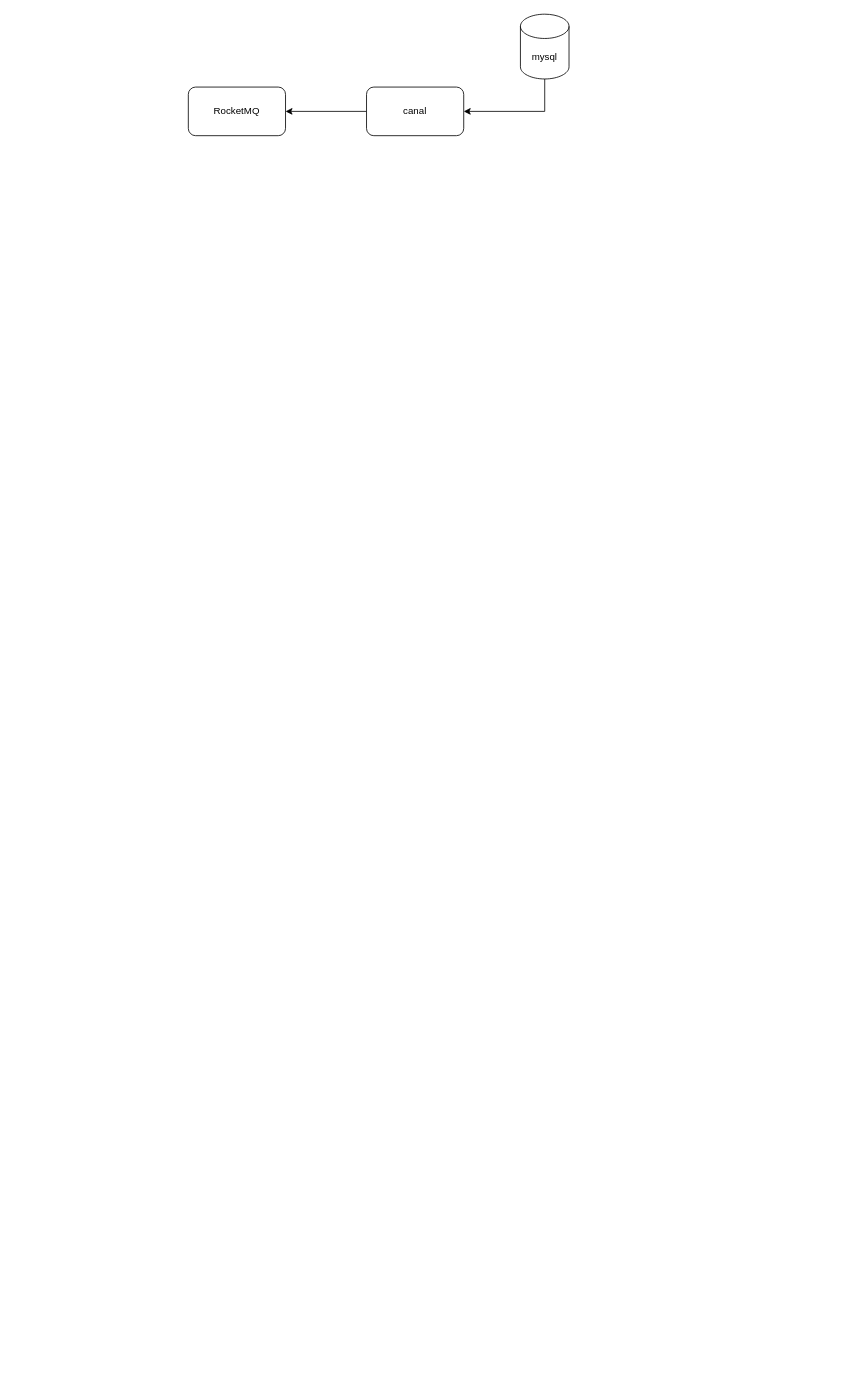
Before: canal/binLog processor diagram.drawio in fufengchang/draw-diagrams, a draw.io diagram. Source tidied: cells renumbered, new cells numbered last; positions are measured from the earlier drawing's top-left corner, leaving out a move shared by most shapes. Both pictures are drawn from the tidied source at 81%, with x=0, y=0 at pixel (188, 14).
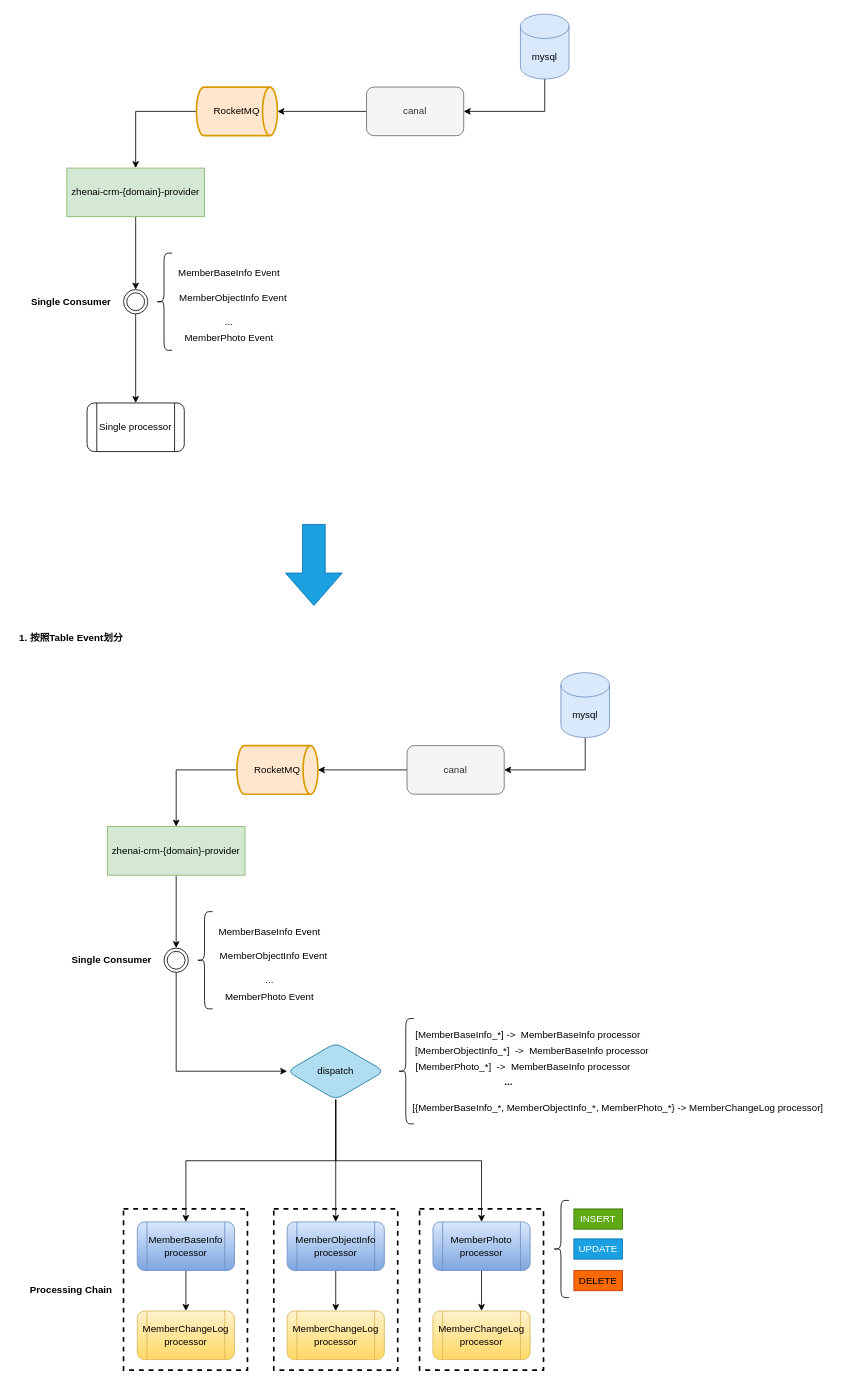
After the change.

What changed in the source:
```diff
@@
+    <mxCell id="7" style="rounded=0;whiteSpace=wrap;html=1;fontFamily=Helvetica;fontSize=12;fontColor=default;strokeColor=default;fillColor=default;strokeWidth=2;dashed=1;" parent="1" vertex="1">
+      <mxGeometry x="285.5" y="1475" width="153" height="199" as="geometry" />
+    </mxCell>
+    <mxCell id="8" style="rounded=0;whiteSpace=wrap;html=1;fontFamily=Helvetica;fontSize=12;fontColor=default;strokeColor=default;fillColor=default;strokeWidth=2;dashed=1;" parent="1" vertex="1">
+      <mxGeometry x="105.5" y="1475" width="153" height="199" as="geometry" />
+    </mxCell>
+    <mxCell id="9" style="rounded=0;whiteSpace=wrap;html=1;fontFamily=Helvetica;fontSize=12;fontColor=default;strokeColor=default;fillColor=default;strokeWidth=2;dashed=1;" parent="1" vertex="1">
+      <mxGeometry x="-80" y="1475" width="153" height="199" as="geometry" />
+    </mxCell>
-    <mxCell id="2" style="edgeStyle=orthogonalEdgeStyle;rounded=0;jettySize=auto;html=1;exitX=0;exitY=0.5;exitDx=0;exitDy=0;entryX=1;entryY=0.5;entryDx=0;entryDy=0;" parent="1" edge="1" source="3" target="6">
+    <mxCell id="2" style="edgeStyle=orthogonalEdgeStyle;rounded=0;jettySize=auto;html=1;exitX=0;exitY=0.5;exitDx=0;exitDy=0;entryX=1;entryY=0.5;entryDx=0;entryDy=0;entryPerimeter=0;" parent="1" edge="1" source="3" target="13">
       <mxGeometry relative="1" as="geometry" />
     </mxCell>
-    <mxCell id="3" value="canal" style="rounded=1;whiteSpace=wrap;html=1;" parent="1" vertex="1">
+    <mxCell id="3" value="canal" style="rounded=1;whiteSpace=wrap;html=1;fillColor=#f5f5f5;fontColor=#333333;strokeColor=#666666;" parent="1" vertex="1">
       <mxGeometry x="220" y="90" width="120" height="60" as="geometry" />
     </mxCell>
@@
-    <mxCell id="5" value="mysql" style="shape=cylinder3;whiteSpace=wrap;html=1;boundedLbl=1;backgroundOutline=1;size=15;" parent="1" vertex="1">
+    <mxCell id="5" value="mysql" style="shape=cylinder3;whiteSpace=wrap;html=1;boundedLbl=1;backgroundOutline=1;size=15;fillColor=#dae8fc;strokeColor=#6c8ebf;" parent="1" vertex="1">
       <mxGeometry x="410" width="60" height="80" as="geometry" />
     </mxCell>
-    <mxCell id="6" value="RocketMQ" style="rounded=1;whiteSpace=wrap;html=1;" parent="1" vertex="1">
-      <mxGeometry y="90" width="120" height="60" as="geometry" />
-    </mxCell>
+    <mxCell id="10" style="edgeStyle=orthogonalEdgeStyle;rounded=0;jettySize=auto;html=1;entryX=0.5;entryY=0;entryDx=0;entryDy=0;fontFamily=Helvetica;fontSize=12;fontColor=default;exitX=0;exitY=0.5;exitDx=0;exitDy=0;exitPerimeter=0;" parent="1" edge="1" source="13" target="12">
+      <mxGeometry relative="1" as="geometry" />
+    </mxCell>
+    <mxCell id="11" style="edgeStyle=orthogonalEdgeStyle;rounded=0;jettySize=auto;html=1;exitX=0.5;exitY=1;exitDx=0;exitDy=0;fontFamily=Helvetica;fontSize=12;fontColor=default;" parent="1" edge="1" source="12" target="15">
+      <mxGeometry relative="1" as="geometry" />
+    </mxCell>
+    <mxCell id="12" value="zhenai-crm-{domain}-provider" style="rounded=0;whiteSpace=wrap;html=1;fontFamily=Helvetica;fontSize=12;strokeColor=#82b366;fillColor=#d5e8d4;" parent="1" vertex="1">
+      <mxGeometry x="-150" y="190" width="170" height="60" as="geometry" />
+    </mxCell>
+    <mxCell id="13" value="&lt;span&gt;RocketMQ&lt;/span&gt;" style="strokeWidth=2;html=1;shape=mxgraph.flowchart.direct_data;whiteSpace=wrap;rounded=1;fontFamily=Helvetica;fontSize=12;fillColor=#ffe6cc;strokeColor=#d79b00;" parent="1" vertex="1">
+      <mxGeometry x="10" y="90" width="100" height="60" as="geometry" />
+    </mxCell>
+    <mxCell id="14" style="edgeStyle=orthogonalEdgeStyle;rounded=0;jettySize=auto;html=1;exitX=0.5;exitY=1;exitDx=0;exitDy=0;entryX=0.5;entryY=0;entryDx=0;entryDy=0;fontFamily=Helvetica;fontSize=12;fontColor=default;" parent="1" edge="1" source="15" target="17">
+      <mxGeometry relative="1" as="geometry" />
+    </mxCell>
+    <mxCell id="15" style="ellipse;shape=doubleEllipse;whiteSpace=wrap;html=1;rounded=1;fontFamily=Helvetica;fontSize=12;fontColor=default;strokeColor=default;fillColor=default;" parent="1" vertex="1">
+      <mxGeometry x="-80" y="340" width="30" height="30" as="geometry" />
+    </mxCell>
+    <mxCell id="16" style="shape=curlyBracket;whiteSpace=wrap;html=1;rounded=1;fontFamily=Helvetica;fontSize=12;fontColor=default;strokeColor=default;fillColor=default;" parent="1" vertex="1">
+      <mxGeometry x="-40" y="295" width="20" height="120" as="geometry" />
+    </mxCell>
+    <mxCell id="17" value="Single processor" style="shape=process;whiteSpace=wrap;html=1;backgroundOutline=1;rounded=1;fontFamily=Helvetica;fontSize=12;fontColor=default;strokeColor=default;fillColor=default;" parent="1" vertex="1">
+      <mxGeometry x="-125" y="480" width="120" height="60" as="geometry" />
+    </mxCell>
+    <mxCell id="18" value="MemberBaseInfo Event" style="text;html=1;align=center;verticalAlign=middle;strokeColor=none;fillColor=none;fontSize=12;fontFamily=Helvetica;fontColor=default;" parent="1" vertex="1">
+      <mxGeometry x="-20" y="310" width="140" height="20" as="geometry" />
+    </mxCell>
+    <mxCell id="19" value="MemberObjectInfo Event" style="text;html=1;align=center;verticalAlign=middle;strokeColor=none;fillColor=none;fontSize=12;fontFamily=Helvetica;fontColor=default;" parent="1" vertex="1">
+      <mxGeometry x="-20" y="340" width="150" height="20" as="geometry" />
+    </mxCell>
+    <mxCell id="20" value="..." style="text;html=1;align=center;verticalAlign=middle;strokeColor=none;fillColor=none;fontSize=12;fontFamily=Helvetica;fontColor=default;" parent="1" vertex="1">
+      <mxGeometry x="35" y="370" width="30" height="20" as="geometry" />
+    </mxCell>
+    <mxCell id="21" value="MemberPhoto Event" style="text;html=1;align=center;verticalAlign=middle;strokeColor=none;fillColor=none;fontSize=12;fontFamily=Helvetica;fontColor=default;" parent="1" vertex="1">
+      <mxGeometry x="-10" y="390" width="120" height="20" as="geometry" />
+    </mxCell>
+    <mxCell id="22" value="&lt;b&gt;Single Consumer&lt;/b&gt;" style="text;html=1;align=center;verticalAlign=middle;strokeColor=none;fillColor=none;fontSize=12;fontFamily=Helvetica;fontColor=default;" parent="1" vertex="1">
+      <mxGeometry x="-200" y="345" width="110" height="20" as="geometry" />
+    </mxCell>
+    <mxCell id="23" style="edgeStyle=orthogonalEdgeStyle;rounded=0;jettySize=auto;html=1;exitX=0;exitY=0.5;exitDx=0;exitDy=0;entryX=1;entryY=0.5;entryDx=0;entryDy=0;entryPerimeter=0;" parent="1" edge="1" source="24" target="30">
+      <mxGeometry relative="1" as="geometry" />
+    </mxCell>
+    <mxCell id="24" value="canal" style="rounded=1;whiteSpace=wrap;html=1;fillColor=#f5f5f5;fontColor=#333333;strokeColor=#666666;" parent="1" vertex="1">
+      <mxGeometry x="270" y="903" width="120" height="60" as="geometry" />
+    </mxCell>
+    <mxCell id="25" style="edgeStyle=orthogonalEdgeStyle;rounded=0;jettySize=auto;html=1;exitX=0.5;exitY=1;exitDx=0;exitDy=0;exitPerimeter=0;entryX=1;entryY=0.5;entryDx=0;entryDy=0;" parent="1" edge="1" source="26" target="24">
+      <mxGeometry relative="1" as="geometry" />
+    </mxCell>
+    <mxCell id="26" value="mysql" style="shape=cylinder3;whiteSpace=wrap;html=1;boundedLbl=1;backgroundOutline=1;size=15;fillColor=#dae8fc;strokeColor=#6c8ebf;" parent="1" vertex="1">
+      <mxGeometry x="460" y="813" width="60" height="80" as="geometry" />
+    </mxCell>
+    <mxCell id="27" style="edgeStyle=orthogonalEdgeStyle;rounded=0;jettySize=auto;html=1;entryX=0.5;entryY=0;entryDx=0;entryDy=0;fontFamily=Helvetica;fontSize=12;fontColor=default;exitX=0;exitY=0.5;exitDx=0;exitDy=0;exitPerimeter=0;" parent="1" edge="1" source="30" target="29">
+      <mxGeometry relative="1" as="geometry" />
+    </mxCell>
+    <mxCell id="28" style="edgeStyle=orthogonalEdgeStyle;rounded=0;jettySize=auto;html=1;exitX=0.5;exitY=1;exitDx=0;exitDy=0;fontFamily=Helvetica;fontSize=12;fontColor=default;" parent="1" edge="1" source="29" target="32">
+      <mxGeometry relative="1" as="geometry" />
+    </mxCell>
+    <mxCell id="29" value="zhenai-crm-{domain}-provider" style="rounded=0;whiteSpace=wrap;html=1;fontFamily=Helvetica;fontSize=12;strokeColor=#82b366;fillColor=#d5e8d4;" parent="1" vertex="1">
+      <mxGeometry x="-100" y="1003" width="170" height="60" as="geometry" />
+    </mxCell>
+    <mxCell id="30" value="&lt;span&gt;RocketMQ&lt;/span&gt;" style="strokeWidth=2;html=1;shape=mxgraph.flowchart.direct_data;whiteSpace=wrap;rounded=1;fontFamily=Helvetica;fontSize=12;fillColor=#ffe6cc;strokeColor=#d79b00;" parent="1" vertex="1">
+      <mxGeometry x="60" y="903" width="100" height="60" as="geometry" />
+    </mxCell>
+    <mxCell id="31" style="edgeStyle=orthogonalEdgeStyle;rounded=0;jettySize=auto;html=1;exitX=0.5;exitY=1;exitDx=0;exitDy=0;fontFamily=Helvetica;fontSize=12;fontColor=default;entryX=0;entryY=0.5;entryDx=0;entryDy=0;" parent="1" edge="1" source="32" target="53">
+      <mxGeometry relative="1" as="geometry" />
+    </mxCell>
+    <mxCell id="32" style="ellipse;shape=doubleEllipse;whiteSpace=wrap;html=1;rounded=1;fontFamily=Helvetica;fontSize=12;fontColor=default;strokeColor=default;fillColor=default;" parent="1" vertex="1">
+      <mxGeometry x="-30" y="1153" width="30" height="30" as="geometry" />
+    </mxCell>
+    <mxCell id="33" style="shape=curlyBracket;whiteSpace=wrap;html=1;rounded=1;fontFamily=Helvetica;fontSize=12;fontColor=default;strokeColor=default;fillColor=default;" parent="1" vertex="1">
+      <mxGeometry x="10" y="1108" width="20" height="120" as="geometry" />
+    </mxCell>
+    <mxCell id="34" style="edgeStyle=orthogonalEdgeStyle;rounded=0;jettySize=auto;html=1;exitX=0.5;exitY=1;exitDx=0;exitDy=0;entryX=0.5;entryY=0;entryDx=0;entryDy=0;fontFamily=Helvetica;fontSize=12;fontColor=default;" parent="1" edge="1" source="35" target="47">
+      <mxGeometry relative="1" as="geometry" />
+    </mxCell>
+    <mxCell id="35" value="MemberBaseInfo&lt;br&gt;processor" style="shape=process;whiteSpace=wrap;html=1;backgroundOutline=1;rounded=1;fontFamily=Helvetica;fontSize=12;strokeColor=#6c8ebf;fillColor=#dae8fc;gradientColor=#7ea6e0;" parent="1" vertex="1">
+      <mxGeometry x="-63" y="1491" width="120" height="60" as="geometry" />
+    </mxCell>
+    <mxCell id="36" value="MemberBaseInfo Event" style="text;html=1;align=center;verticalAlign=middle;strokeColor=none;fillColor=none;fontSize=12;fontFamily=Helvetica;fontColor=default;" parent="1" vertex="1">
+      <mxGeometry x="30" y="1123" width="140" height="20" as="geometry" />
+    </mxCell>
+    <mxCell id="37" value="MemberObjectInfo Event" style="text;html=1;align=center;verticalAlign=middle;strokeColor=none;fillColor=none;fontSize=12;fontFamily=Helvetica;fontColor=default;" parent="1" vertex="1">
+      <mxGeometry x="30" y="1153" width="150" height="20" as="geometry" />
+    </mxCell>
+    <mxCell id="38" value="..." style="text;html=1;align=center;verticalAlign=middle;strokeColor=none;fillColor=none;fontSize=12;fontFamily=Helvetica;fontColor=default;" parent="1" vertex="1">
+      <mxGeometry x="85" y="1183" width="30" height="20" as="geometry" />
+    </mxCell>
+    <mxCell id="39" value="MemberPhoto Event" style="text;html=1;align=center;verticalAlign=middle;strokeColor=none;fillColor=none;fontSize=12;fontFamily=Helvetica;fontColor=default;" parent="1" vertex="1">
+      <mxGeometry x="40" y="1203" width="120" height="20" as="geometry" />
+    </mxCell>
+    <mxCell id="40" value="&lt;b&gt;Single Consumer&lt;/b&gt;" style="text;html=1;align=center;verticalAlign=middle;strokeColor=none;fillColor=none;fontSize=12;fontFamily=Helvetica;fontColor=default;" parent="1" vertex="1">
+      <mxGeometry x="-150" y="1158" width="110" height="20" as="geometry" />
+    </mxCell>
+    <mxCell id="41" style="html=1;shadow=0;dashed=0;align=center;verticalAlign=middle;shape=mxgraph.arrows2.arrow;dy=0.6;dx=40;direction=south;notch=0;rounded=1;fontFamily=Helvetica;fontSize=12;fontColor=#ffffff;strokeColor=#006EAF;fillColor=#1ba1e2;" parent="1" vertex="1">
+      <mxGeometry x="120" y="630" width="70" height="100" as="geometry" />
+    </mxCell>
+    <mxCell id="42" value="&lt;b&gt;1. 按照Table Event划分&lt;/b&gt;" style="text;html=1;align=center;verticalAlign=middle;strokeColor=none;fillColor=none;fontSize=12;fontFamily=Helvetica;fontColor=default;" parent="1" vertex="1">
+      <mxGeometry x="-215" y="760" width="140" height="20" as="geometry" />
+    </mxCell>
+    <mxCell id="43" style="edgeStyle=orthogonalEdgeStyle;rounded=0;jettySize=auto;html=1;exitX=0.5;exitY=1;exitDx=0;exitDy=0;fontFamily=Helvetica;fontSize=12;fontColor=default;" parent="1" edge="1" source="44" target="48">
+      <mxGeometry relative="1" as="geometry" />
+    </mxCell>
+    <mxCell id="44" value="MemberObjectInfo&lt;br&gt;processor" style="shape=process;whiteSpace=wrap;html=1;backgroundOutline=1;rounded=1;fontFamily=Helvetica;fontSize=12;strokeColor=#6c8ebf;fillColor=#dae8fc;gradientColor=#7ea6e0;" parent="1" vertex="1">
+      <mxGeometry x="122" y="1491" width="120" height="60" as="geometry" />
+    </mxCell>
+    <mxCell id="45" style="edgeStyle=orthogonalEdgeStyle;rounded=0;jettySize=auto;html=1;exitX=0.5;exitY=1;exitDx=0;exitDy=0;fontFamily=Helvetica;fontSize=12;fontColor=default;" parent="1" edge="1" source="46" target="49">
+      <mxGeometry relative="1" as="geometry" />
+    </mxCell>
+    <mxCell id="46" value="MemberPhoto&lt;br&gt;processor" style="shape=process;whiteSpace=wrap;html=1;backgroundOutline=1;rounded=1;fontFamily=Helvetica;fontSize=12;strokeColor=#6c8ebf;fillColor=#dae8fc;gradientColor=#7ea6e0;" parent="1" vertex="1">
+      <mxGeometry x="302" y="1491" width="120" height="60" as="geometry" />
+    </mxCell>
+    <mxCell id="47" value="MemberChangeLog&lt;br&gt;processor" style="shape=process;whiteSpace=wrap;html=1;backgroundOutline=1;rounded=1;fontFamily=Helvetica;fontSize=12;strokeColor=#d6b656;fillColor=#fff2cc;gradientColor=#ffd966;" parent="1" vertex="1">
+      <mxGeometry x="-63" y="1601" width="120" height="60" as="geometry" />
+    </mxCell>
+    <mxCell id="48" value="MemberChangeLog&lt;br&gt;processor" style="shape=process;whiteSpace=wrap;html=1;backgroundOutline=1;rounded=1;fontFamily=Helvetica;fontSize=12;strokeColor=#d6b656;fillColor=#fff2cc;gradientColor=#ffd966;" parent="1" vertex="1">
+      <mxGeometry x="122" y="1601" width="120" height="60" as="geometry" />
+    </mxCell>
+    <mxCell id="49" value="MemberChangeLog&lt;br&gt;processor" style="shape=process;whiteSpace=wrap;html=1;backgroundOutline=1;rounded=1;fontFamily=Helvetica;fontSize=12;strokeColor=#d6b656;fillColor=#fff2cc;gradientColor=#ffd966;" parent="1" vertex="1">
+      <mxGeometry x="302" y="1601" width="120" height="60" as="geometry" />
+    </mxCell>
+    <mxCell id="50" style="edgeStyle=orthogonalEdgeStyle;rounded=0;jettySize=auto;html=1;exitX=0.5;exitY=1;exitDx=0;exitDy=0;fontFamily=Helvetica;fontSize=12;fontColor=default;" parent="1" edge="1" source="53" target="35">
+      <mxGeometry relative="1" as="geometry" />
+    </mxCell>
+    <mxCell id="51" style="edgeStyle=orthogonalEdgeStyle;rounded=0;jettySize=auto;html=1;exitX=0.5;exitY=1;exitDx=0;exitDy=0;fontFamily=Helvetica;fontSize=12;fontColor=default;" parent="1" edge="1" source="53" target="46">
+      <mxGeometry relative="1" as="geometry" />
+    </mxCell>
+    <mxCell id="52" style="edgeStyle=orthogonalEdgeStyle;rounded=0;jettySize=auto;html=1;exitX=0.5;exitY=1;exitDx=0;exitDy=0;fontFamily=Helvetica;fontSize=12;fontColor=default;" parent="1" edge="1" source="53" target="44">
+      <mxGeometry relative="1" as="geometry" />
+    </mxCell>
+    <mxCell id="53" value="dispatch" style="rhombus;whiteSpace=wrap;html=1;rounded=1;fontFamily=Helvetica;fontSize=12;strokeColor=#10739e;fillColor=#b1ddf0;" parent="1" vertex="1">
+      <mxGeometry x="122" y="1270" width="120" height="70" as="geometry" />
+    </mxCell>
+    <mxCell id="54" style="shape=curlyBracket;whiteSpace=wrap;html=1;rounded=1;fontFamily=Helvetica;fontSize=12;fontColor=default;strokeColor=default;fillColor=default;" parent="1" vertex="1">
+      <mxGeometry x="258.5" y="1240" width="20" height="130" as="geometry" />
+    </mxCell>
+    <mxCell id="55" value="[MemberBaseInfo_*] -&amp;gt;&amp;nbsp;&amp;nbsp;&lt;span&gt;MemberBaseInfo&amp;nbsp;&lt;/span&gt;&lt;span&gt;processor&lt;/span&gt;" style="text;html=1;align=center;verticalAlign=middle;strokeColor=none;fillColor=none;fontSize=12;fontFamily=Helvetica;fontColor=default;" parent="1" vertex="1">
+      <mxGeometry x="273.5" y="1250" width="290" height="20" as="geometry" />
+    </mxCell>
+    <mxCell id="56" value="..." style="text;html=1;align=center;verticalAlign=middle;strokeColor=none;fillColor=none;fontSize=12;fontFamily=Helvetica;fontColor=default;fontStyle=1;" parent="1" vertex="1">
+      <mxGeometry x="380" y="1307.5" width="30" height="20" as="geometry" />
+    </mxCell>
+    <mxCell id="57" value="[MemberObjectInfo_*]&amp;nbsp; -&amp;gt;&amp;nbsp;&amp;nbsp;&lt;span&gt;MemberBaseInfo&amp;nbsp;&lt;/span&gt;&lt;span&gt;processor&lt;/span&gt;" style="text;html=1;align=center;verticalAlign=middle;strokeColor=none;fillColor=none;fontSize=12;fontFamily=Helvetica;fontColor=default;" parent="1" vertex="1">
+      <mxGeometry x="273.5" y="1270" width="300" height="20" as="geometry" />
+    </mxCell>
+    <mxCell id="58" value="&lt;div&gt;&lt;span&gt;[MemberPhoto_*]&amp;nbsp; -&amp;gt;&amp;nbsp;&amp;nbsp;&lt;/span&gt;&lt;span&gt;MemberBaseInfo&amp;nbsp;&lt;/span&gt;&lt;span&gt;processor&lt;/span&gt;&lt;/div&gt;" style="text;html=1;align=left;verticalAlign=middle;strokeColor=none;fillColor=none;fontSize=12;fontFamily=Helvetica;fontColor=default;" parent="1" vertex="1">
+      <mxGeometry x="278.5" y="1290" width="280" height="20" as="geometry" />
+    </mxCell>
+    <mxCell id="59" value="[{MemberBaseInfo_*, MemberObjectInfo_*, MemberPhoto_*} -&amp;gt; MemberChangeLog processor]" style="text;html=1;align=center;verticalAlign=middle;strokeColor=none;fillColor=none;fontSize=12;fontFamily=Helvetica;fontColor=default;" parent="1" vertex="1">
+      <mxGeometry x="270" y="1340" width="520" height="20" as="geometry" />
+    </mxCell>
+    <mxCell id="60" value="&lt;b&gt;Processing Chain&lt;/b&gt;" style="text;html=1;align=center;verticalAlign=middle;strokeColor=none;fillColor=none;fontSize=12;fontFamily=Helvetica;fontColor=default;" parent="1" vertex="1">
+      <mxGeometry x="-205" y="1564.5" width="120" height="20" as="geometry" />
+    </mxCell>
+    <mxCell id="61" style="shape=curlyBracket;whiteSpace=wrap;html=1;rounded=1;fontFamily=Helvetica;fontSize=12;fontColor=default;strokeColor=default;strokeWidth=1;fillColor=default;" parent="1" vertex="1">
+      <mxGeometry x="450" y="1464.5" width="20" height="120" as="geometry" />
+    </mxCell>
+    <mxCell id="62" value="INSERT" style="rounded=0;whiteSpace=wrap;html=1;fontFamily=Helvetica;fontSize=12;fontColor=#ffffff;strokeColor=#2D7600;strokeWidth=1;fillColor=#60a917;" parent="1" vertex="1">
+      <mxGeometry x="476" y="1475" width="60" height="25" as="geometry" />
+    </mxCell>
+    <mxCell id="63" value="UPDATE" style="rounded=0;whiteSpace=wrap;html=1;fontFamily=Helvetica;fontSize=12;fontColor=#ffffff;strokeColor=#006EAF;strokeWidth=1;fillColor=#1ba1e2;" parent="1" vertex="1">
+      <mxGeometry x="476" y="1512" width="60" height="25" as="geometry" />
+    </mxCell>
+    <mxCell id="64" value="DELETE" style="rounded=0;whiteSpace=wrap;html=1;fontFamily=Helvetica;fontSize=12;fontColor=#000000;strokeColor=#C73500;strokeWidth=1;fillColor=#fa6800;" parent="1" vertex="1">
+      <mxGeometry x="476" y="1551" width="60" height="25" as="geometry" />
+    </mxCell>
```
